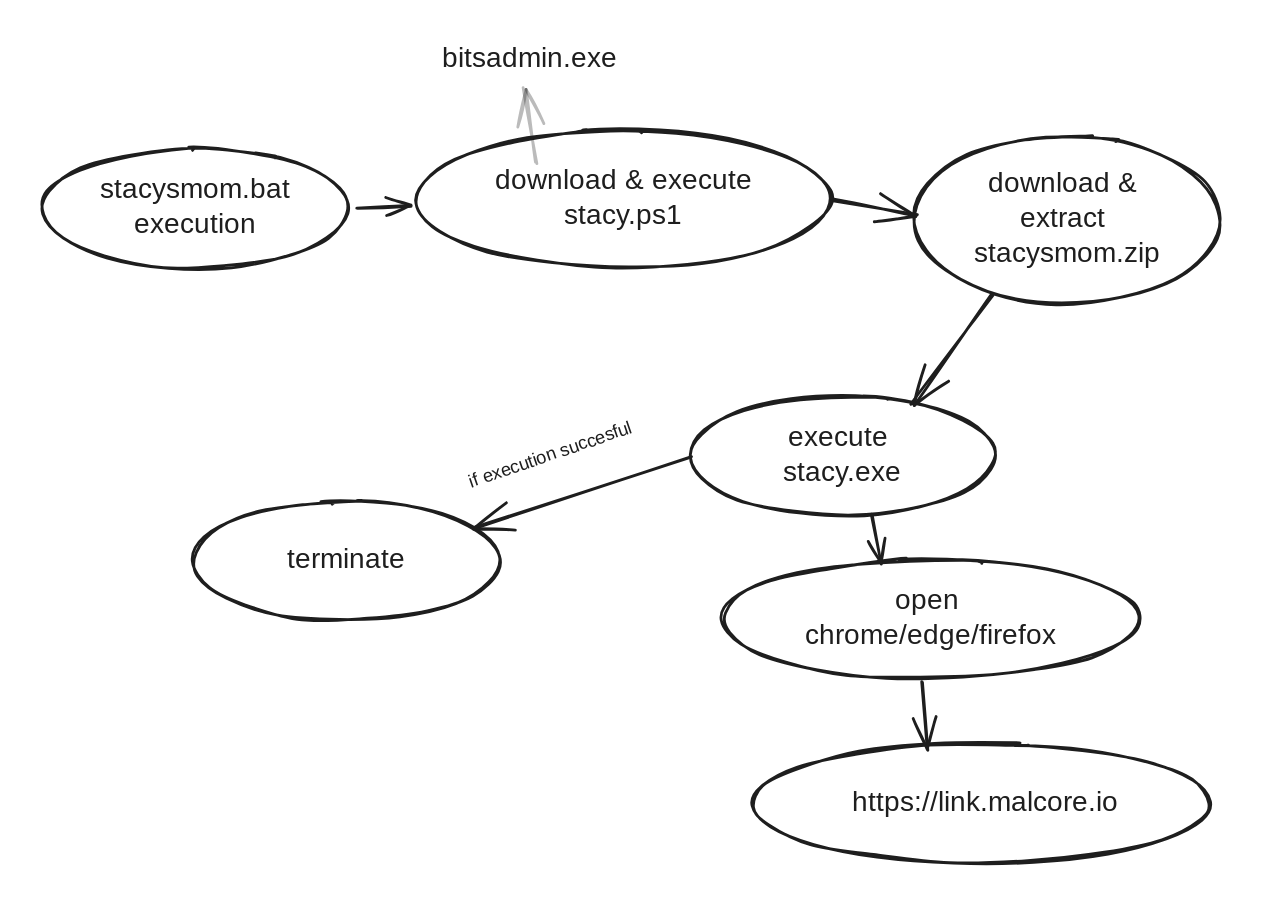
Above: .gitbook/assets/file.excalidraw.svg in 6E3372/6E3372.github.io (Excalidraw), before the change. Source tidied: one line per element, renumbered; positions are measured from the earlier drawing's top-left corner, leaving out a move shared by most shapes.
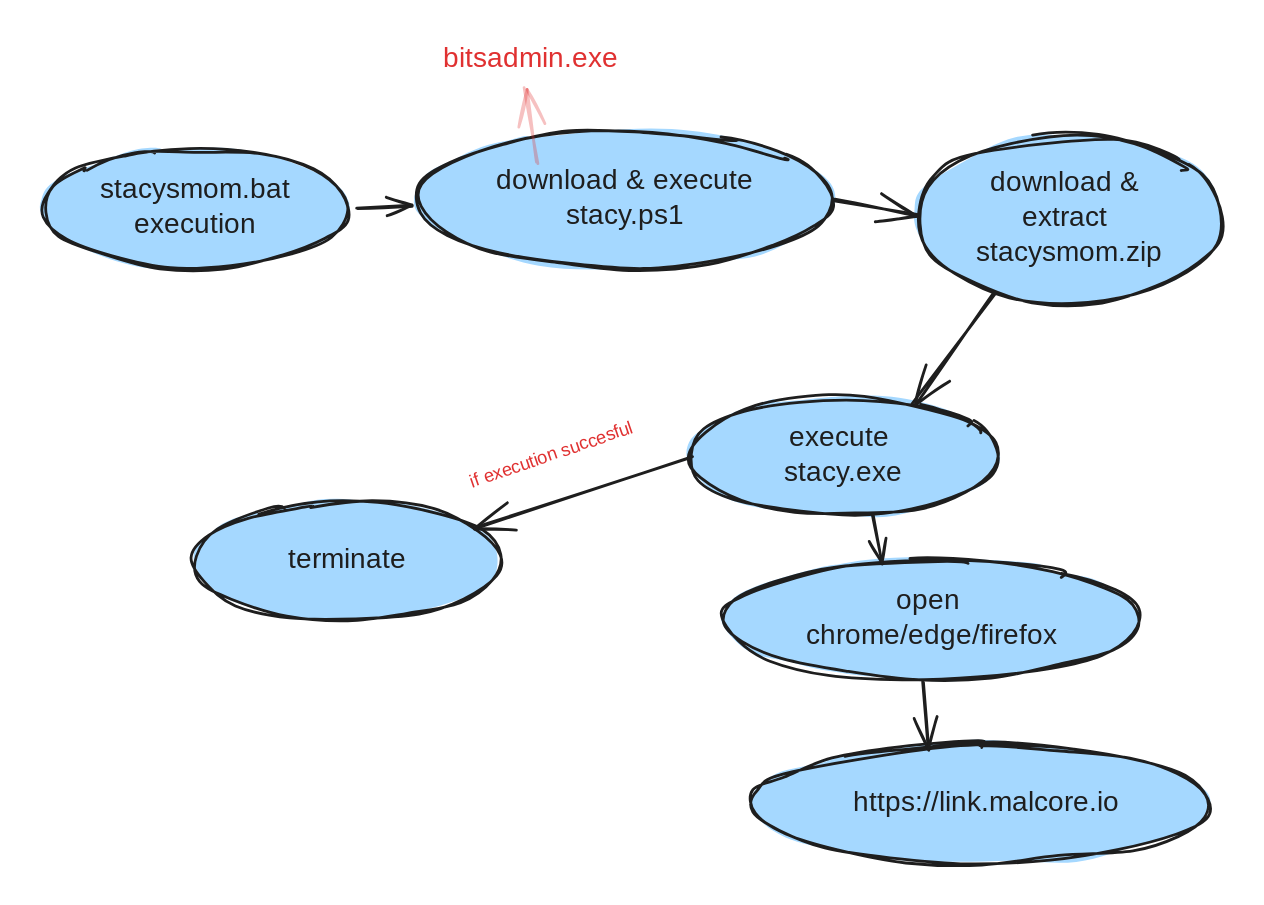
The same diagram one commit later.

Commit message:
GITBOOK-106: No subject

Diff of the diagram source:
```diff
@@ -1,23 +1,23 @@
-{"id": 0, "type": "ellipse", "strokeColor": "#1e1e1e", "strokeWidth": 2, "roughness": 1, "round": true, "x": 0, "y": 76, "width": 218, "height": 85}
+{"id": 0, "type": "ellipse", "strokeColor": "#1e1e1e", "backgroundColor": "#a5d8ff", "fillStyle": "solid", "strokeWidth": 2, "roughness": 2, "round": true, "x": -1, "y": 76, "width": 218, "height": 85}
-{"id": 1, "type": "text", "text": "stacysmom.bat\nexecution", "strokeColor": "#1e1e1e", "strokeWidth": 2, "roughness": 1, "fontSize": 20, "fontFamily": 1, "textAlign": "center", "verticalAlign": "middle", "inside": 0, "x": 38, "y": 94, "width": 142, "height": 50}
+{"id": 1, "type": "text", "text": "stacysmom.bat\nexecution", "strokeColor": "#1e1e1e", "strokeWidth": 2, "roughness": 1, "fontSize": 20, "fontFamily": 1, "textAlign": "center", "verticalAlign": "middle", "inside": 0, "x": 37, "y": 94, "width": 142, "height": 50}
-{"id": 2, "type": "ellipse", "strokeColor": "#1e1e1e", "strokeWidth": 2, "roughness": 1, "round": true, "x": 267, "y": 63, "width": 296, "height": 98}
+{"id": 2, "type": "ellipse", "strokeColor": "#1e1e1e", "backgroundColor": "#a5d8ff", "fillStyle": "solid", "strokeWidth": 2, "roughness": 2, "round": true, "x": 267, "y": 63, "width": 296, "height": 98}
 {"id": 3, "type": "text", "text": "download & execute\nstacy.ps1", "strokeColor": "#1e1e1e", "strokeWidth": 2, "roughness": 1, "fontSize": 20, "fontFamily": 1, "textAlign": "center", "verticalAlign": "middle", "inside": 2, "x": 317, "y": 87, "width": 196, "height": 50}
-{"id": 4, "type": "ellipse", "strokeColor": "#1e1e1e", "strokeWidth": 2, "roughness": 1, "round": true, "x": 462, "y": 253, "width": 218, "height": 85}
+{"id": 4, "type": "ellipse", "strokeColor": "#1e1e1e", "backgroundColor": "#a5d8ff", "fillStyle": "solid", "strokeWidth": 2, "roughness": 2, "round": true, "x": 462, "y": 253, "width": 218, "height": 85}
 {"id": 5, "type": "text", "text": "execute \nstacy.exe", "strokeColor": "#1e1e1e", "strokeWidth": 2, "roughness": 1, "fontSize": 20, "fontFamily": 1, "textAlign": "center", "verticalAlign": "middle", "inside": 4, "x": 525, "y": 270, "width": 94, "height": 50}
-{"id": 6, "type": "ellipse", "strokeColor": "#1e1e1e", "strokeWidth": 2, "roughness": 1, "round": true, "x": 108, "y": 328, "width": 218, "height": 85}
+{"id": 6, "type": "ellipse", "strokeColor": "#1e1e1e", "backgroundColor": "#a5d8ff", "fillStyle": "solid", "strokeWidth": 2, "roughness": 2, "round": true, "x": 108, "y": 328, "width": 218, "height": 85}
 {"id": 7, "type": "text", "text": "terminate", "strokeColor": "#1e1e1e", "strokeWidth": 2, "roughness": 1, "fontSize": 20, "fontFamily": 1, "textAlign": "center", "verticalAlign": "middle", "inside": 6, "x": 171, "y": 358, "width": 93, "height": 25}
-{"id": 8, "type": "ellipse", "strokeColor": "#1e1e1e", "strokeWidth": 2, "roughness": 1, "round": true, "x": 623, "y": 67, "width": 218, "height": 120}
+{"id": 8, "type": "ellipse", "strokeColor": "#1e1e1e", "backgroundColor": "#a5d8ff", "fillStyle": "solid", "strokeWidth": 2, "roughness": 2, "round": true, "x": 624, "y": 66, "width": 218, "height": 120}
-{"id": 9, "type": "text", "text": "download & \nextract \nstacysmom.zip", "strokeColor": "#1e1e1e", "strokeWidth": 2, "roughness": 1, "fontSize": 20, "fontFamily": 1, "textAlign": "center", "verticalAlign": "middle", "inside": 8, "x": 665, "y": 90, "width": 133, "height": 75}
+{"id": 9, "type": "text", "text": "download & \nextract \nstacysmom.zip", "strokeColor": "#1e1e1e", "strokeWidth": 2, "roughness": 1, "fontSize": 20, "fontFamily": 1, "textAlign": "center", "verticalAlign": "middle", "inside": 8, "x": 666, "y": 89, "width": 133, "height": 75}
-{"id": 10, "type": "ellipse", "strokeColor": "#1e1e1e", "strokeWidth": 2, "roughness": 1, "round": true, "x": 486, "y": 370, "width": 297, "height": 85}
+{"id": 10, "type": "ellipse", "strokeColor": "#1e1e1e", "backgroundColor": "#a5d8ff", "fillStyle": "solid", "strokeWidth": 2, "roughness": 2, "round": true, "x": 486, "y": 370, "width": 297, "height": 85}
 {"id": 11, "type": "text", "text": "open \nchrome/edge/firefox", "strokeColor": "#1e1e1e", "strokeWidth": 2, "roughness": 1, "fontSize": 20, "fontFamily": 1, "textAlign": "center", "verticalAlign": "middle", "inside": 10, "x": 539, "y": 387, "width": 192, "height": 50}
-{"id": 12, "type": "ellipse", "strokeColor": "#1e1e1e", "strokeWidth": 2, "roughness": 1, "round": true, "x": 507, "y": 501, "width": 328, "height": 85}
+{"id": 12, "type": "ellipse", "strokeColor": "#1e1e1e", "backgroundColor": "#a5d8ff", "fillStyle": "solid", "strokeWidth": 2, "roughness": 2, "round": true, "x": 507, "y": 501, "width": 328, "height": 85}
 {"id": 13, "type": "text", "text": " https://link.malcore.io", "strokeColor": "#1e1e1e", "strokeWidth": 2, "roughness": 1, "fontSize": 20, "fontFamily": 1, "textAlign": "center", "verticalAlign": "middle", "inside": 12, "x": 563, "y": 531, "width": 215, "height": 25}
 {"id": 14, "type": "arrow", "strokeColor": "#1e1e1e", "strokeWidth": 2, "roughness": 1, "endArrowhead": "arrow", "round": true, "from": 0, "to": 2, "x": 225, "y": 118, "width": 38, "height": 2, "points": [[0, 0], [38, -2]]}
 {"id": 15, "type": "arrow", "strokeColor": "#1e1e1e", "strokeWidth": 2, "roughness": 1, "endArrowhead": "arrow", "round": true, "from": 2, "x": 565, "y": 114, "width": 61, "height": 10, "points": [[0, 0], [61, 10]]}
-{"id": 16, "type": "arrow", "strokeColor": "#1e1e1e", "strokeWidth": 2, "roughness": 1, "endArrowhead": "arrow", "round": true, "from": 8, "x": 678, "y": 181, "width": 57, "height": 78, "points": [[0, 0], [-57, 78]]}
+{"id": 16, "type": "arrow", "strokeColor": "#1e1e1e", "strokeWidth": 2, "roughness": 1, "endArrowhead": "arrow", "round": true, "from": 8, "x": 679, "y": 180, "width": 58, "height": 79, "points": [[0, 0], [-58, 79]]}
 {"id": 17, "type": "arrow", "strokeColor": "#1e1e1e", "strokeWidth": 2, "roughness": 1, "endArrowhead": "arrow", "round": true, "from": 4, "to": 6, "x": 462, "y": 297, "width": 153, "height": 50, "points": [[0, 0], [-153, 50]]}
 {"id": 18, "type": "arrow", "strokeColor": "#1e1e1e", "strokeWidth": 2, "roughness": 1, "endArrowhead": "arrow", "round": true, "from": 4, "x": 593, "y": 338, "width": 6, "height": 35, "points": [[0, 0], [6, 35]]}
 {"id": 19, "type": "arrow", "strokeColor": "#1e1e1e", "strokeWidth": 2, "roughness": 1, "endArrowhead": "arrow", "round": true, "from": 10, "x": 629, "y": 458, "width": 4, "height": 48, "points": [[0, 0], [4, 48]]}
-{"id": 20, "type": "text", "text": "if execution succesful", "strokeColor": "#1e1e1e", "angle": 5.95, "strokeWidth": 2, "roughness": 1, "fontSize": 13.06, "fontFamily": 1, "x": 301, "y": 284, "width": 140, "height": 16}
+{"id": 20, "type": "text", "text": "if execution succesful", "strokeColor": "#e03131", "angle": 5.95, "strokeWidth": 2, "roughness": 1, "fontSize": 13.06, "fontFamily": 1, "x": 301, "y": 284, "width": 140, "height": 16}
-{"id": 21, "type": "text", "text": "bitsadmin.exe", "strokeColor": "#1e1e1e", "strokeWidth": 2, "roughness": 1, "fontSize": 20, "fontFamily": 1, "x": 285, "y": 0, "width": 126, "height": 25}
+{"id": 21, "type": "text", "text": "bitsadmin.exe", "strokeColor": "#e03131", "strokeWidth": 2, "roughness": 1, "fontSize": 20, "fontFamily": 1, "x": 285, "y": 0, "width": 126, "height": 25}
-{"id": 22, "type": "arrow", "strokeColor": "#1e1e1e", "strokeWidth": 2, "roughness": 1, "opacity": 30, "endArrowhead": "arrow", "round": true, "to": 21, "x": 353, "y": 87, "width": 8, "height": 54, "points": [[0, 0], [-8, -54]]}
+{"id": 22, "type": "arrow", "strokeColor": "#e03131", "strokeWidth": 2, "roughness": 1, "opacity": 30, "endArrowhead": "arrow", "round": true, "to": 21, "x": 353, "y": 87, "width": 8, "height": 54, "points": [[0, 0], [-8, -54]]}
```
